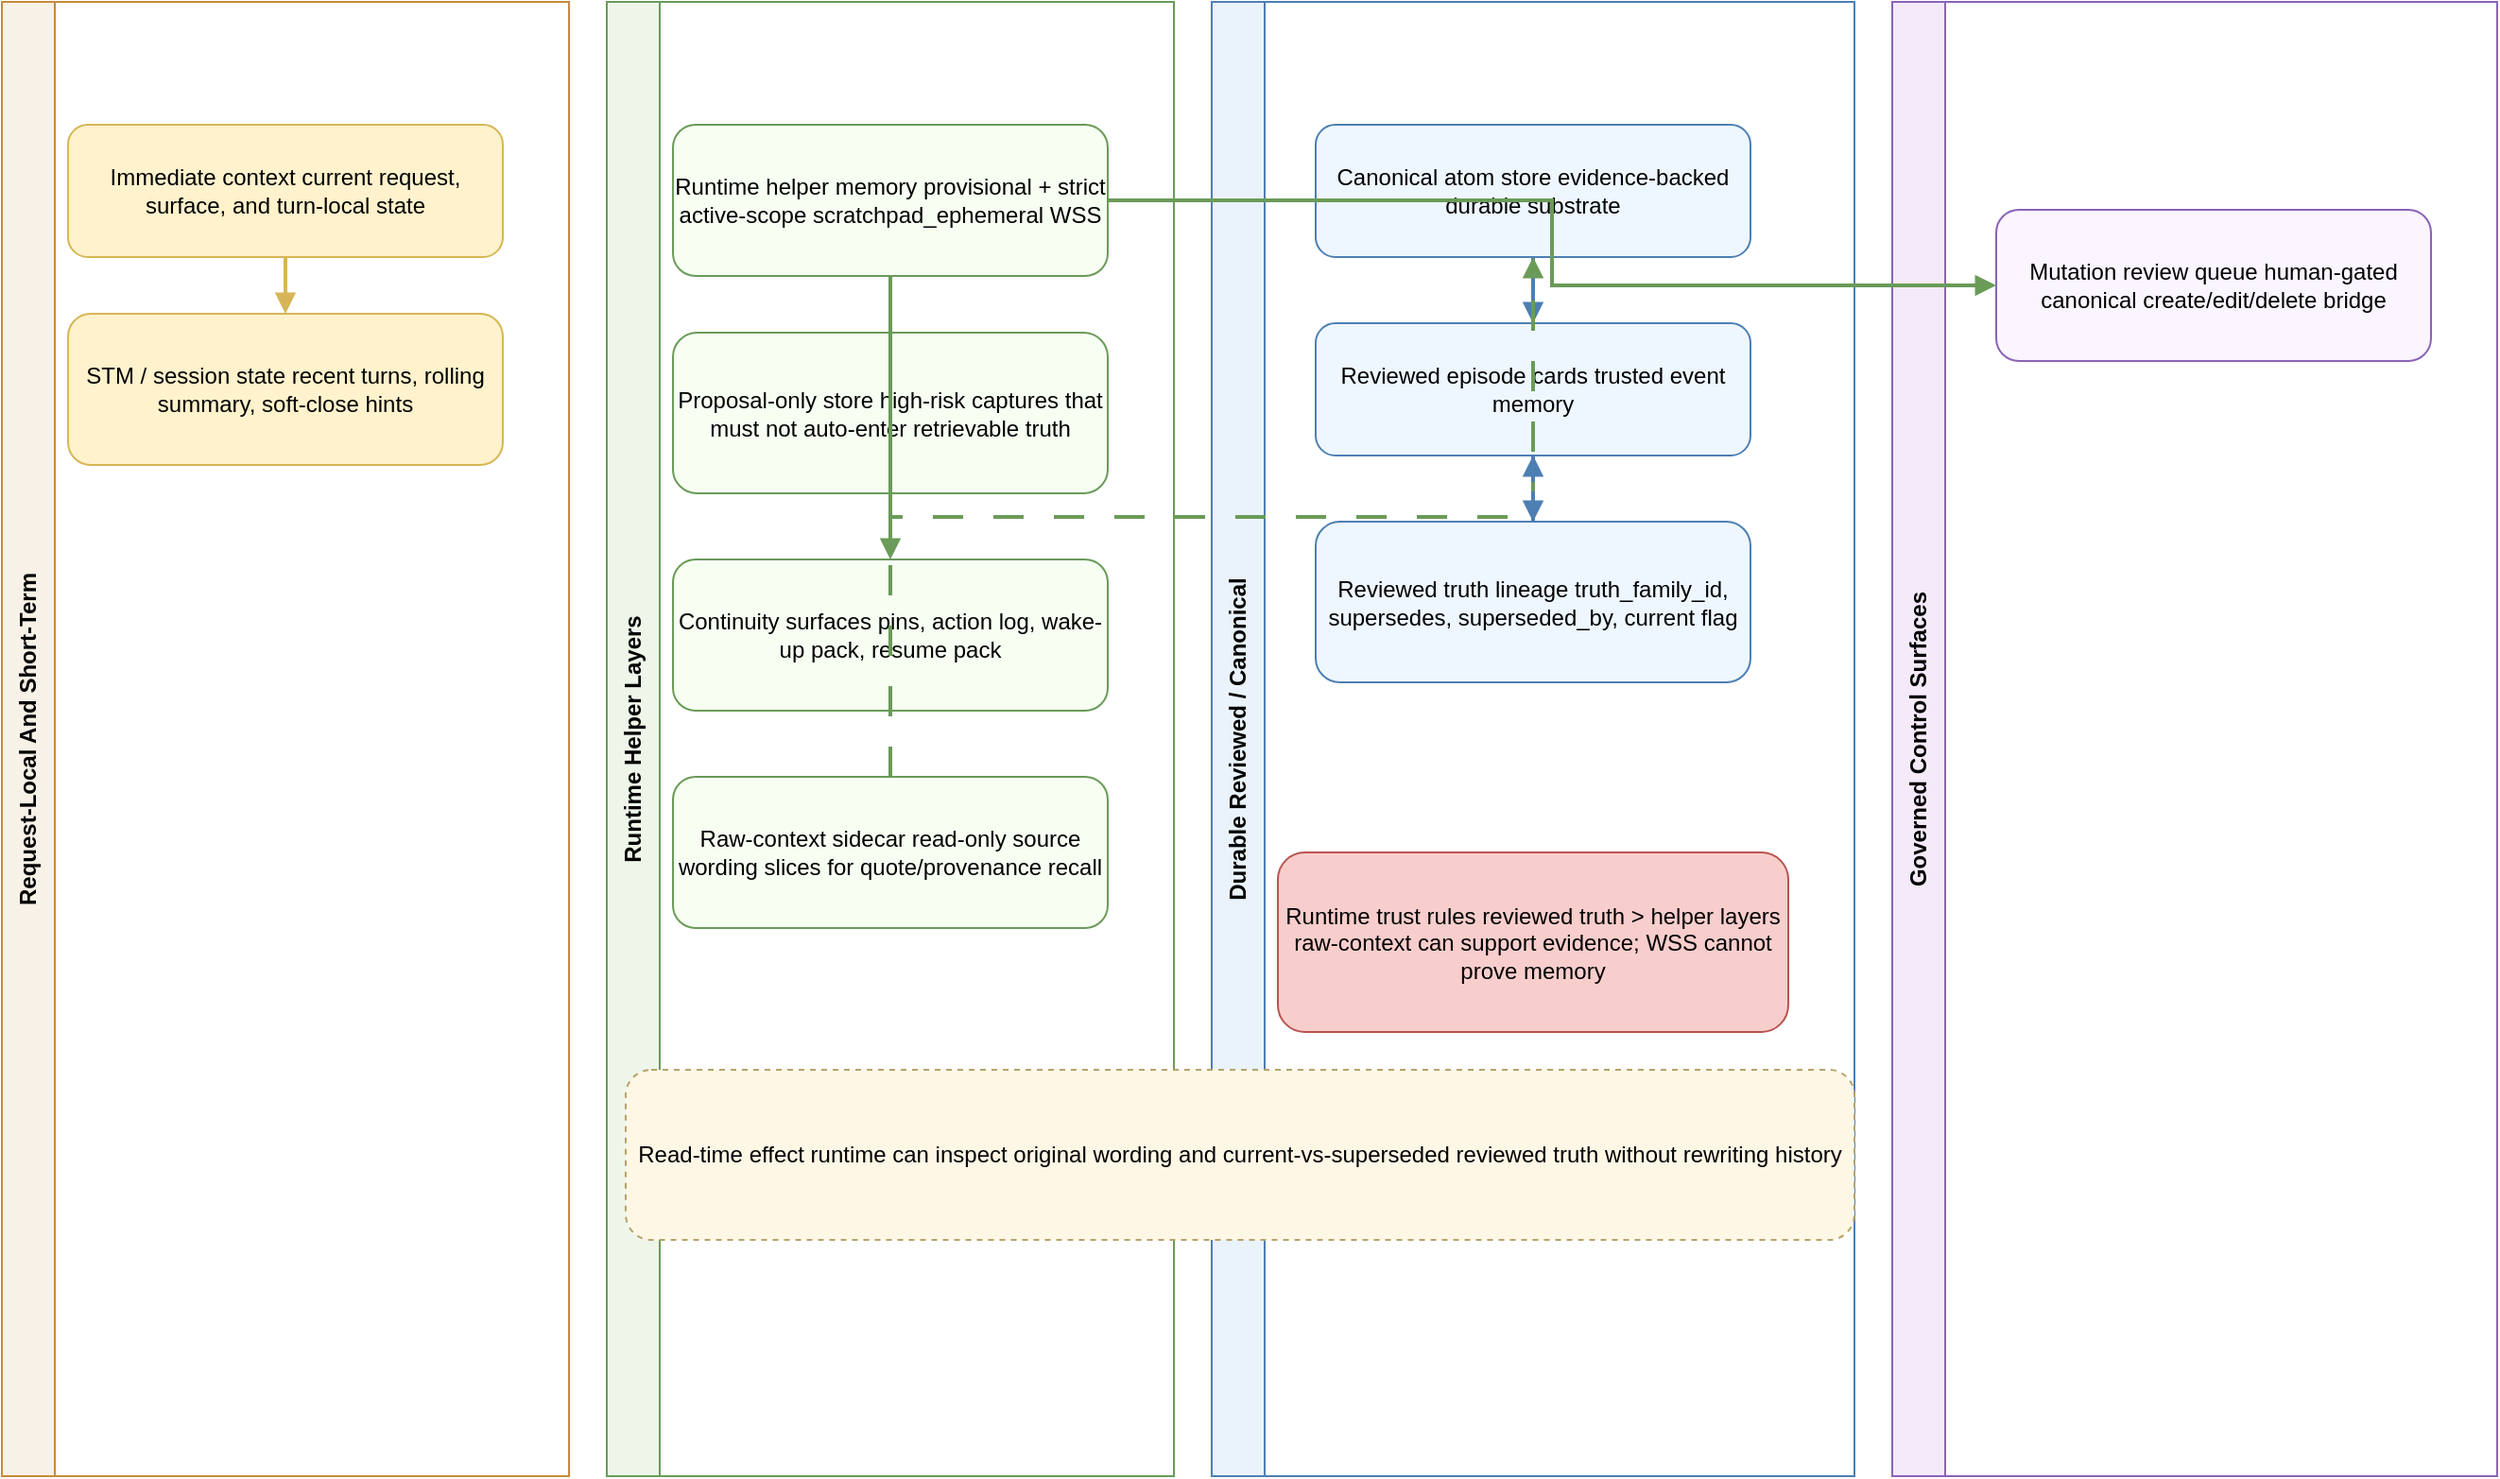
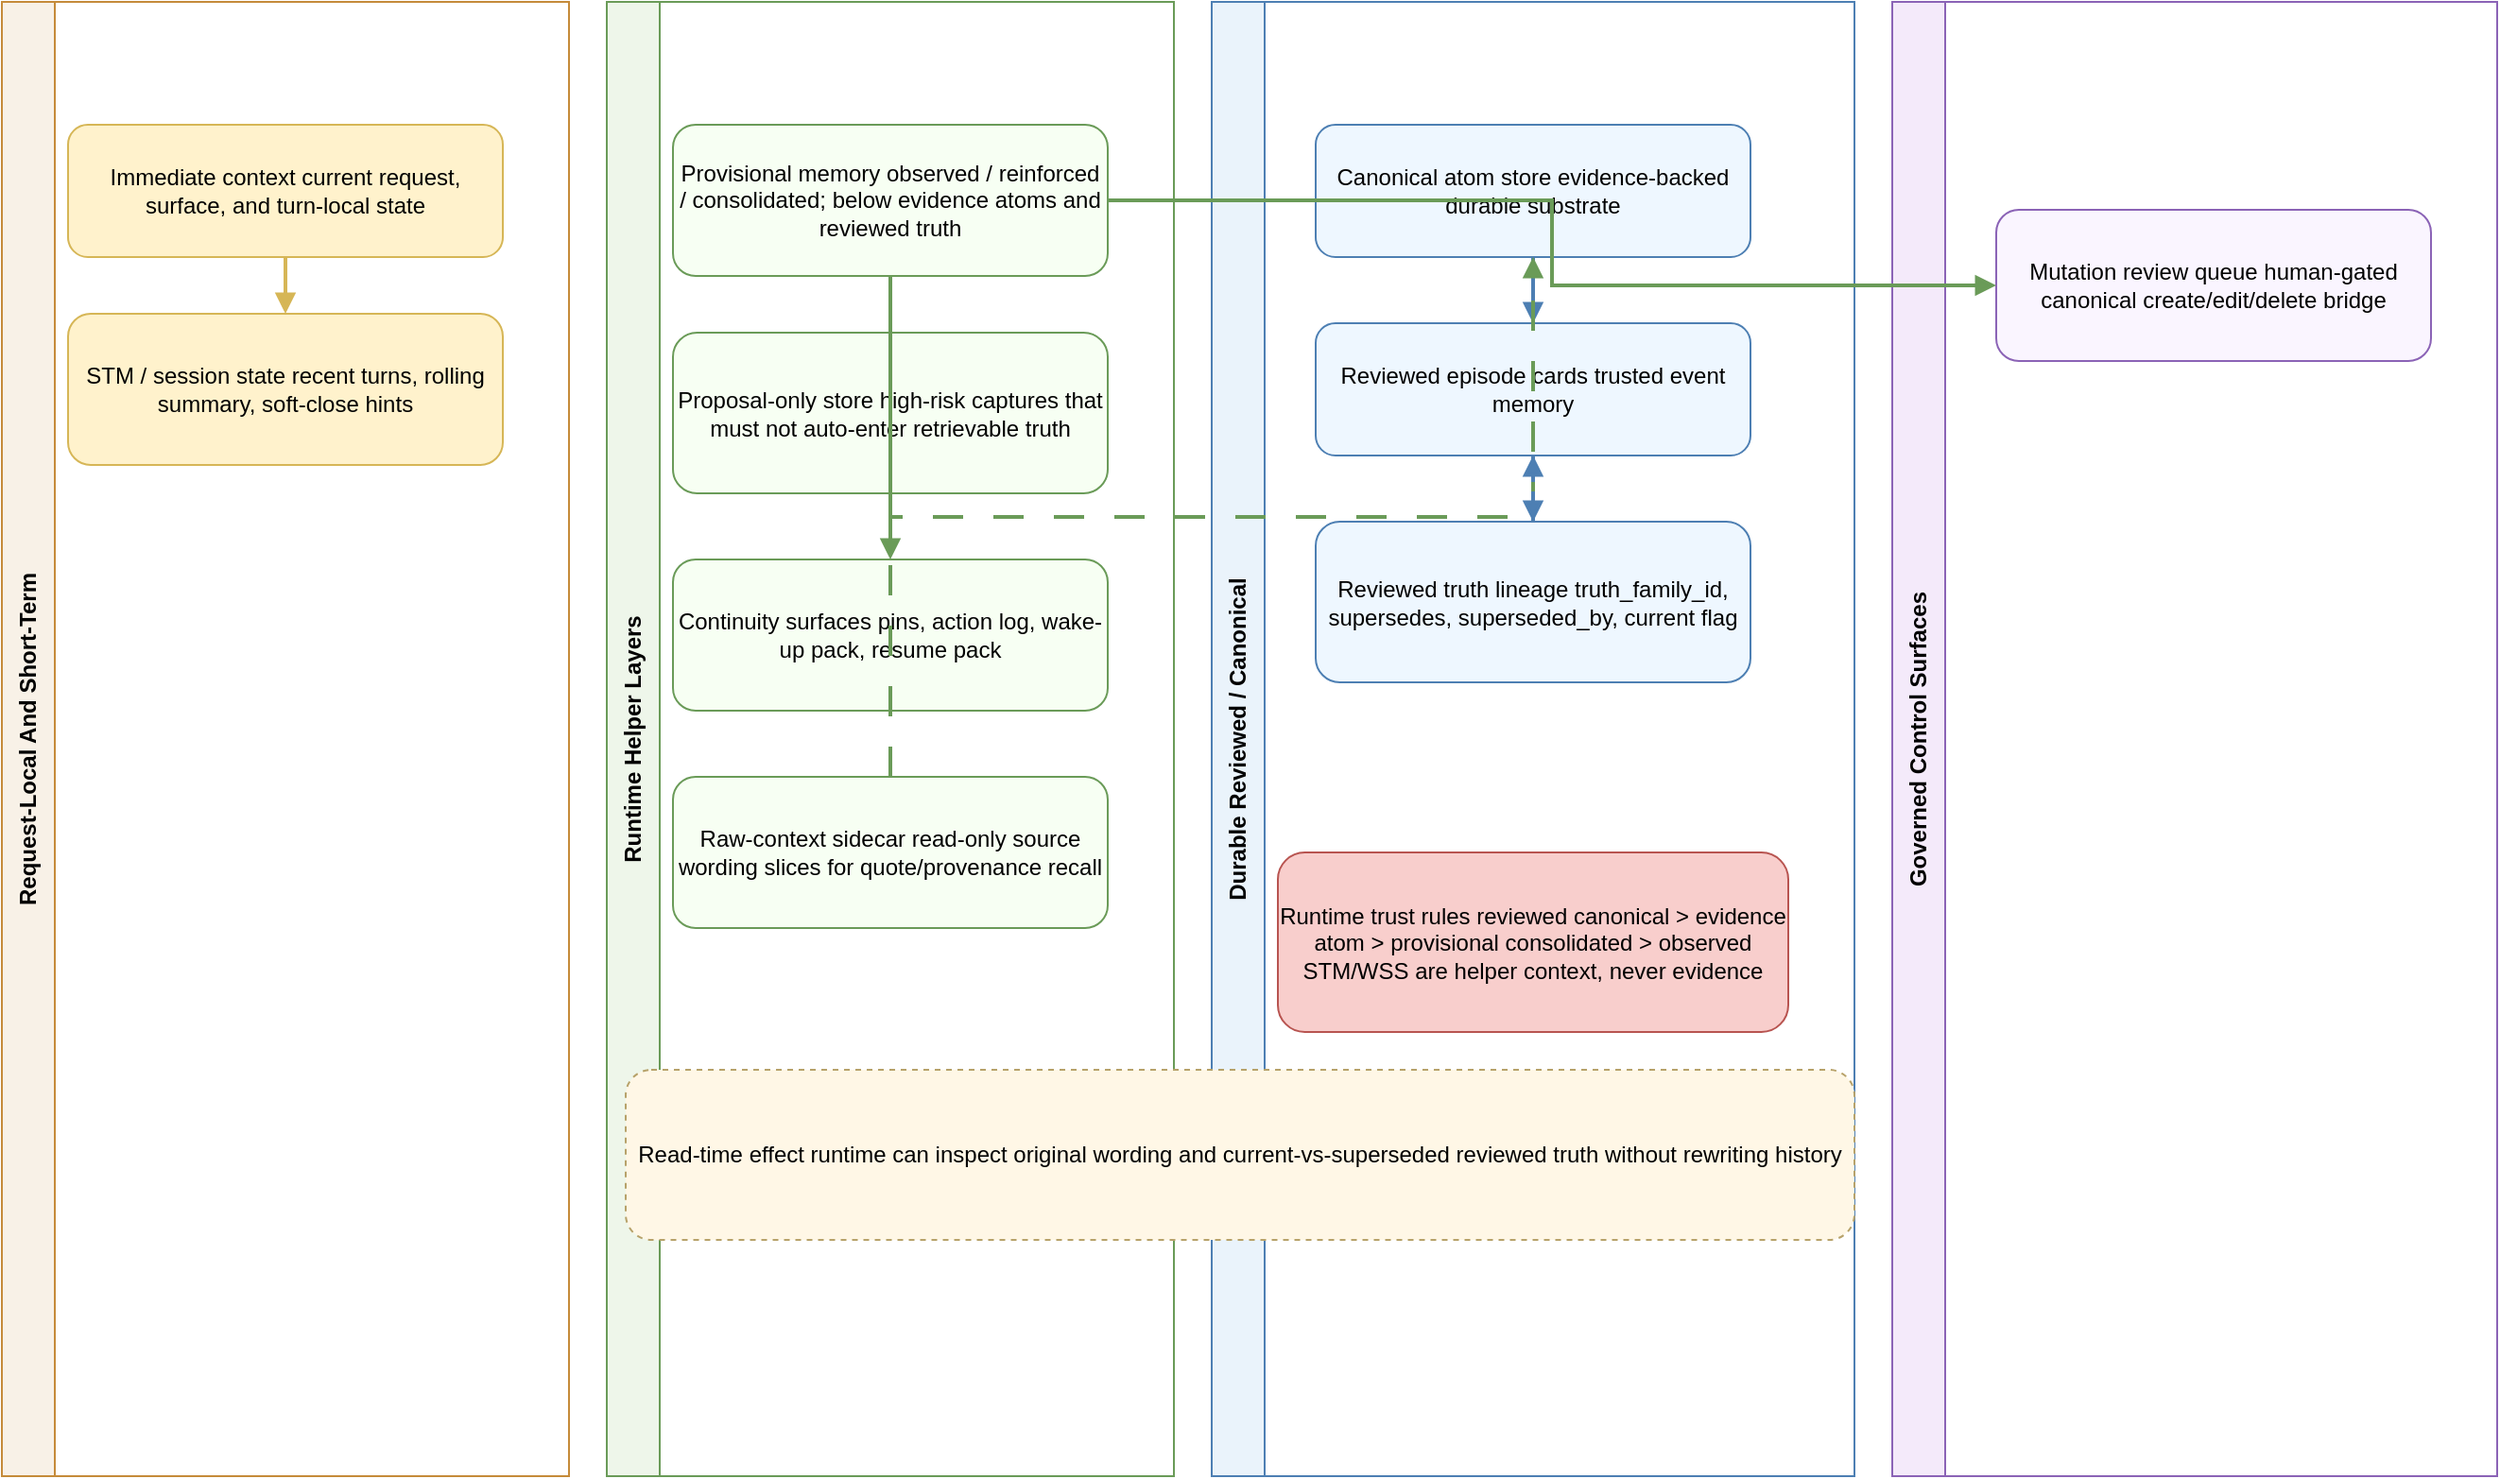
<mxfile host="app.diagrams.net" modified="2026-04-12T23:30:00.000Z" agent="Codex" version="24.7.17">
  <diagram id="current-runtime-memory" name="Engineering Runtime Memory Layers">
    <mxGraphModel dx="1650" dy="1000" grid="1" gridSize="10" guides="1" tooltips="1" connect="1" arrows="1" fold="1" page="1" pageScale="1" pageWidth="1600" pageHeight="980" math="0" shadow="0">
      <root>
        <mxCell id="0" />
        <mxCell id="1" parent="0" />
        <mxCell id="lane1" value="Request-Local And Short-Term" style="swimlane;whiteSpace=wrap;html=1;rounded=0;horizontal=0;startSize=28;fontStyle=1;fillColor=#f8f1e7;strokeColor=#c58b3a;" vertex="1" parent="1">
          <mxGeometry x="20" y="20" width="300" height="780" as="geometry" />
        </mxCell>
        <mxCell id="lane2" value="Runtime Helper Layers" style="swimlane;whiteSpace=wrap;html=1;rounded=0;horizontal=0;startSize=28;fontStyle=1;fillColor=#eef6ea;strokeColor=#6a9b58;" vertex="1" parent="1">
          <mxGeometry x="340" y="20" width="300" height="780" as="geometry" />
        </mxCell>
        <mxCell id="lane3" value="Durable Reviewed / Canonical" style="swimlane;whiteSpace=wrap;html=1;rounded=0;horizontal=0;startSize=28;fontStyle=1;fillColor=#eaf3fb;strokeColor=#4d7fb3;" vertex="1" parent="1">
          <mxGeometry x="660" y="20" width="340" height="780" as="geometry" />
        </mxCell>
        <mxCell id="lane4" value="Governed Control Surfaces" style="swimlane;whiteSpace=wrap;html=1;rounded=0;horizontal=0;startSize=28;fontStyle=1;fillColor=#f4eafa;strokeColor=#8b63b6;" vertex="1" parent="1">
          <mxGeometry x="1020" y="20" width="320" height="780" as="geometry" />
        </mxCell>
        <mxCell id="ra" value="Immediate context&amp;#10;current request, surface, and turn-local state" style="rounded=1;whiteSpace=wrap;html=1;fillColor=#fff2cc;strokeColor=#d6b656;" vertex="1" parent="1">
          <mxGeometry x="55" y="85" width="230" height="70" as="geometry" />
        </mxCell>
        <mxCell id="rb" value="STM / session state&amp;#10;recent turns, rolling summary, soft-close hints" style="rounded=1;whiteSpace=wrap;html=1;fillColor=#fff2cc;strokeColor=#d6b656;" vertex="1" parent="1">
          <mxGeometry x="55" y="185" width="230" height="80" as="geometry" />
        </mxCell>
-         <mxCell id="rc" value="Runtime helper memory&amp;#10;provisional + strict active-scope scratchpad_ephemeral WSS" style="rounded=1;whiteSpace=wrap;html=1;fillColor=#f7fff3;strokeColor=#6a9b58;" vertex="1" parent="1">
+         <mxCell id="rc" value="Provisional memory&amp;#10;observed / reinforced / consolidated; below evidence atoms and reviewed truth" style="rounded=1;whiteSpace=wrap;html=1;fillColor=#f7fff3;strokeColor=#6a9b58;" vertex="1" parent="1">
          <mxGeometry x="375" y="85" width="230" height="80" as="geometry" />
        </mxCell>
        <mxCell id="rd" value="Proposal-only store&amp;#10;high-risk captures that must not auto-enter retrievable truth" style="rounded=1;whiteSpace=wrap;html=1;fillColor=#f7fff3;strokeColor=#6a9b58;" vertex="1" parent="1">
          <mxGeometry x="375" y="195" width="230" height="85" as="geometry" />
        </mxCell>
        <mxCell id="re" value="Continuity surfaces&amp;#10;pins, action log, wake-up pack, resume pack" style="rounded=1;whiteSpace=wrap;html=1;fillColor=#f7fff3;strokeColor=#6a9b58;" vertex="1" parent="1">
          <mxGeometry x="375" y="315" width="230" height="80" as="geometry" />
        </mxCell>
        <mxCell id="rf" value="Raw-context sidecar&amp;#10;read-only source wording slices for quote/provenance recall" style="rounded=1;whiteSpace=wrap;html=1;fillColor=#f7fff3;strokeColor=#6a9b58;" vertex="1" parent="1">
          <mxGeometry x="375" y="430" width="230" height="80" as="geometry" />
        </mxCell>
        <mxCell id="rg" value="Canonical atom store&amp;#10;evidence-backed durable substrate" style="rounded=1;whiteSpace=wrap;html=1;fillColor=#eef7ff;strokeColor=#4d7fb3;" vertex="1" parent="1">
          <mxGeometry x="715" y="85" width="230" height="70" as="geometry" />
        </mxCell>
        <mxCell id="rh" value="Reviewed episode cards&amp;#10;trusted event memory" style="rounded=1;whiteSpace=wrap;html=1;fillColor=#eef7ff;strokeColor=#4d7fb3;" vertex="1" parent="1">
          <mxGeometry x="715" y="190" width="230" height="70" as="geometry" />
        </mxCell>
        <mxCell id="ri" value="Reviewed truth lineage&amp;#10;truth_family_id, supersedes, superseded_by, current flag" style="rounded=1;whiteSpace=wrap;html=1;fillColor=#eef7ff;strokeColor=#4d7fb3;" vertex="1" parent="1">
          <mxGeometry x="715" y="295" width="230" height="85" as="geometry" />
        </mxCell>
        <mxCell id="rj" value="Mutation review queue&amp;#10;human-gated canonical create/edit/delete bridge" style="rounded=1;whiteSpace=wrap;html=1;fillColor=#faf5ff;strokeColor=#8b63b6;" vertex="1" parent="1">
          <mxGeometry x="1075" y="130" width="230" height="80" as="geometry" />
        </mxCell>
-         <mxCell id="rk" value="Runtime trust rules&amp;#10;reviewed truth &amp;gt; helper layers&amp;#10;raw-context can support evidence; WSS cannot prove memory" style="rounded=1;whiteSpace=wrap;html=1;fillColor=#f8cecc;strokeColor=#b85450;" vertex="1" parent="1">
+         <mxCell id="rk" value="Runtime trust rules&amp;#10;reviewed canonical &amp;gt; evidence atom &amp;gt; provisional consolidated &amp;gt; observed&amp;#10;STM/WSS are helper context, never evidence" style="rounded=1;whiteSpace=wrap;html=1;fillColor=#f8cecc;strokeColor=#b85450;" vertex="1" parent="1">
          <mxGeometry x="695" y="470" width="270" height="95" as="geometry" />
        </mxCell>
        <mxCell id="rl" value="Read-time effect&amp;#10;runtime can inspect original wording and current-vs-superseded reviewed truth without rewriting history" style="rounded=1;whiteSpace=wrap;html=1;fillColor=#fff7e6;strokeColor=#b7a26a;dashed=1;fontStyle=0;" vertex="1" parent="1">
          <mxGeometry x="350" y="585" width="650" height="90" as="geometry" />
        </mxCell>
        <mxCell id="e2" edge="1" parent="1" source="ra" target="rb" style="edgeStyle=orthogonalEdgeStyle;orthogonalLoop=1;jettySize=auto;jumpStyle=arc;jumpSize=6;endArrow=block;endFill=1;html=1;rounded=0;strokeWidth=2;strokeColor=#d6b656;entryX=0.5;entryY=0;entryPerimeter=1;exitX=0.5;exitY=1;exitPerimeter=1;">
          <mxGeometry relative="1" as="geometry" />
        </mxCell>
        <mxCell id="e3" edge="1" parent="1" source="rc" target="re" style="edgeStyle=orthogonalEdgeStyle;orthogonalLoop=1;jettySize=auto;jumpStyle=arc;jumpSize=6;endArrow=block;endFill=1;html=1;rounded=0;strokeWidth=2;strokeColor=#6a9b58;entryX=0.5;entryY=0;entryPerimeter=1;exitX=0.5;exitY=1;exitPerimeter=1;">
          <mxGeometry relative="1" as="geometry" />
        </mxCell>
        <mxCell id="e4" edge="1" parent="1" source="rg" target="rh" style="edgeStyle=orthogonalEdgeStyle;orthogonalLoop=1;jettySize=auto;jumpStyle=arc;jumpSize=6;endArrow=block;endFill=1;html=1;rounded=0;strokeWidth=2;strokeColor=#4d7fb3;entryX=0.5;entryY=0;entryPerimeter=1;exitX=0.5;exitY=1;exitPerimeter=1;">
          <mxGeometry relative="1" as="geometry" />
        </mxCell>
        <mxCell id="e5" edge="1" parent="1" source="rh" target="ri" style="edgeStyle=orthogonalEdgeStyle;orthogonalLoop=1;jettySize=auto;jumpStyle=arc;jumpSize=6;endArrow=block;endFill=1;html=1;rounded=0;strokeWidth=2;strokeColor=#4d7fb3;entryX=0.5;entryY=0;entryPerimeter=1;exitX=0.5;exitY=1;exitPerimeter=1;">
          <mxGeometry relative="1" as="geometry" />
        </mxCell>
        <mxCell id="e6" edge="1" parent="1" source="rc" target="rj" style="edgeStyle=orthogonalEdgeStyle;orthogonalLoop=1;jettySize=auto;jumpStyle=arc;jumpSize=6;endArrow=block;endFill=1;html=1;rounded=0;strokeWidth=2;strokeColor=#6a9b58;entryX=0;entryY=0.5;entryPerimeter=1;exitX=1;exitY=0.5;exitPerimeter=1;">
          <mxGeometry relative="1" as="geometry" />
        </mxCell>
        <mxCell id="e7" edge="1" parent="1" source="rf" target="rg" style="edgeStyle=orthogonalEdgeStyle;orthogonalLoop=1;jettySize=auto;jumpStyle=arc;jumpSize=6;endArrow=block;endFill=1;html=1;rounded=0;strokeWidth=2;strokeColor=#6a9b58;dashed=1;dashPattern=8 8;entryX=0.5;entryY=1;entryPerimeter=1;exitX=0.5;exitY=0;exitPerimeter=1;">
          <mxGeometry relative="1" as="geometry" />
        </mxCell>
        <mxCell id="e8" edge="1" parent="1" source="ri" target="rh" style="edgeStyle=orthogonalEdgeStyle;orthogonalLoop=1;jettySize=auto;jumpStyle=arc;jumpSize=6;endArrow=block;endFill=1;html=1;rounded=0;strokeWidth=2;strokeColor=#4d7fb3;dashed=1;dashPattern=8 8;entryX=0.5;entryY=1;entryPerimeter=1;exitX=0.5;exitY=0;exitPerimeter=1;">
          <mxGeometry relative="1" as="geometry" />
        </mxCell>
      </root>
    </mxGraphModel>
  </diagram>
  <diagram id="current-runtime-decision" name="Engineering Runtime Decision And Evidence Flow">
    <mxGraphModel dx="1850" dy="1150" grid="1" gridSize="10" guides="1" tooltips="1" connect="1" arrows="1" fold="1" page="1" pageScale="1" pageWidth="1800" pageHeight="1100" math="0" shadow="0">
      <root>
        <mxCell id="0" />
        <mxCell id="1" parent="0" />
        <mxCell id="lane1" value="Entry And Routing" style="swimlane;whiteSpace=wrap;html=1;rounded=0;horizontal=0;startSize=28;fontStyle=1;fillColor=#f8f1e7;strokeColor=#c58b3a;" vertex="1" parent="1">
          <mxGeometry x="20" y="20" width="290" height="860" as="geometry" />
        </mxCell>
        <mxCell id="lane2" value="Retrieval And Assembly" style="swimlane;whiteSpace=wrap;html=1;rounded=0;horizontal=0;startSize=28;fontStyle=1;fillColor=#eef6ea;strokeColor=#6a9b58;" vertex="1" parent="1">
          <mxGeometry x="330" y="20" width="420" height="860" as="geometry" />
        </mxCell>
        <mxCell id="lane3" value="Evidence, Verification, Response" style="swimlane;whiteSpace=wrap;html=1;rounded=0;horizontal=0;startSize=28;fontStyle=1;fillColor=#eaf3fb;strokeColor=#4d7fb3;" vertex="1" parent="1">
          <mxGeometry x="770" y="20" width="420" height="860" as="geometry" />
        </mxCell>
        <mxCell id="lane4" value="Writeback And Governance" style="swimlane;whiteSpace=wrap;html=1;rounded=0;horizontal=0;startSize=28;fontStyle=1;fillColor=#f4eafa;strokeColor=#8b63b6;" vertex="1" parent="1">
          <mxGeometry x="1210" y="20" width="330" height="860" as="geometry" />
        </mxCell>
        <mxCell id="d1" value="Incoming turn&amp;#10;desktop / integration-v1 / MCP / adapter / local chat" style="rounded=1;whiteSpace=wrap;html=1;fillColor=#fff2cc;strokeColor=#d6b656;" vertex="1" parent="1">
          <mxGeometry x="55" y="90" width="220" height="70" as="geometry" />
        </mxCell>
        <mxCell id="d2" value="Runtime router + query shaping&amp;#10;none / stm_only / ltm_light / ltm_deep / hybrid" style="rounded=1;whiteSpace=wrap;html=1;fillColor=#fff2cc;strokeColor=#d6b656;" vertex="1" parent="1">
          <mxGeometry x="55" y="195" width="220" height="80" as="geometry" />
        </mxCell>
        <mxCell id="d3" value="STM retrieval&amp;#10;short-thread overlap and summary fit" style="rounded=1;whiteSpace=wrap;html=1;fillColor=#d5e8d4;strokeColor=#82b366;" vertex="1" parent="1">
          <mxGeometry x="365" y="80" width="250" height="70" as="geometry" />
        </mxCell>
        <mxCell id="d4" value="LTM retrieval&amp;#10;atoms + reviewed cards + retrieval helper layers" style="rounded=1;whiteSpace=wrap;html=1;fillColor=#d5e8d4;strokeColor=#82b366;" vertex="1" parent="1">
          <mxGeometry x="365" y="180" width="250" height="70" as="geometry" />
        </mxCell>
        <mxCell id="d5" value="ANN candidate helper&amp;#10;bounded additive shortlist assist only" style="rounded=1;whiteSpace=wrap;html=1;fillColor=#d5e8d4;strokeColor=#82b366;" vertex="1" parent="1">
          <mxGeometry x="365" y="280" width="250" height="70" as="geometry" />
        </mxCell>
        <mxCell id="d6" value="Lineage-aware reviewed resolution&amp;#10;current reviewed truth outranks older superseded reviewed cards" style="rounded=1;whiteSpace=wrap;html=1;fillColor=#d5e8d4;strokeColor=#82b366;" vertex="1" parent="1">
          <mxGeometry x="365" y="380" width="250" height="85" as="geometry" />
        </mxCell>
        <mxCell id="d7" value="Fusion + guarded shortlist&amp;#10;shared-rule ranking, support, and tie-breaks" style="rounded=1;whiteSpace=wrap;html=1;fillColor=#d5e8d4;strokeColor=#82b366;" vertex="1" parent="1">
          <mxGeometry x="365" y="495" width="250" height="75" as="geometry" />
        </mxCell>
        <mxCell id="d8" value="Context package assembly&amp;#10;bounded evidence + WSS only when strict active scope is present" style="rounded=1;whiteSpace=wrap;html=1;fillColor=#dae8fc;strokeColor=#6c8ebf;" vertex="1" parent="1">
          <mxGeometry x="815" y="110" width="280" height="80" as="geometry" />
        </mxCell>
        <mxCell id="d9" value="Raw-context quote / provenance expansion&amp;#10;only for explicit wording or source-context requests" style="rounded=1;whiteSpace=wrap;html=1;fillColor=#dae8fc;strokeColor=#6c8ebf;" vertex="1" parent="1">
          <mxGeometry x="815" y="225" width="280" height="80" as="geometry" />
        </mxCell>
        <mxCell id="d10" value="Verifier and answer path&amp;#10;PASS / ABSTAIN / CLARIFY / NO_MEMORY" style="rounded=1;whiteSpace=wrap;html=1;fillColor=#dae8fc;strokeColor=#6c8ebf;" vertex="1" parent="1">
          <mxGeometry x="815" y="340" width="280" height="80" as="geometry" />
        </mxCell>
        <mxCell id="d11" value="Final output surface&amp;#10;answer text + memory cards + citations + why data" style="rounded=1;whiteSpace=wrap;html=1;fillColor=#dae8fc;strokeColor=#6c8ebf;" vertex="1" parent="1">
          <mxGeometry x="815" y="455" width="280" height="80" as="geometry" />
        </mxCell>
-         <mxCell id="d12" value="Post-turn capture&amp;#10;STM update + low-risk provisional capture" style="rounded=1;whiteSpace=wrap;html=1;fillColor=#faf5ff;strokeColor=#8b63b6;" vertex="1" parent="1">
+         <mxCell id="d12" value="Post-turn memory.observe&amp;#10;signed source registration + retrieval receipt; low-risk provisional capture" style="rounded=1;whiteSpace=wrap;html=1;fillColor=#faf5ff;strokeColor=#8b63b6;" vertex="1" parent="1">
          <mxGeometry x="1255" y="120" width="240" height="75" as="geometry" />
        </mxCell>
-         <mxCell id="d13" value="Proposal-only writeback&amp;#10;high-risk memory stays gated" style="rounded=1;whiteSpace=wrap;html=1;fillColor=#faf5ff;strokeColor=#8b63b6;" vertex="1" parent="1">
+         <mxCell id="d13" value="User ‘remember this’&amp;#10;writeback.propose; never raw import or silent publication" style="rounded=1;whiteSpace=wrap;html=1;fillColor=#faf5ff;strokeColor=#8b63b6;" vertex="1" parent="1">
          <mxGeometry x="1255" y="230" width="240" height="75" as="geometry" />
        </mxCell>
-         <mxCell id="d14" value="Human review / resolve&amp;#10;durable truth changes still require explicit review" style="rounded=1;whiteSpace=wrap;html=1;fillColor=#faf5ff;strokeColor=#8b63b6;" vertex="1" parent="1">
+         <mxCell id="d14" value="Human review_apply resolve&amp;#10;apply creates human_reviewed=false evidence atom; publish still makes canonical truth" style="rounded=1;whiteSpace=wrap;html=1;fillColor=#faf5ff;strokeColor=#8b63b6;" vertex="1" parent="1">
          <mxGeometry x="1255" y="340" width="240" height="80" as="geometry" />
        </mxCell>
-         <mxCell id="d15" value="Key rule&amp;#10;retrieval success does not equal truth authority; scratchpad_ephemeral WSS cannot replace reviewed truth" style="rounded=1;whiteSpace=wrap;html=1;fillColor=#f8cecc;strokeColor=#b85450;" vertex="1" parent="1">
+         <mxCell id="d15" value="Key rule&amp;#10;retrieval/replay/summary is not independent support; scratchpad_ephemeral WSS cannot replace evidence or reviewed truth" style="rounded=1;whiteSpace=wrap;html=1;fillColor=#f8cecc;strokeColor=#b85450;" vertex="1" parent="1">
          <mxGeometry x="800" y="590" width="310" height="95" as="geometry" />
        </mxCell>
        <mxCell id="e2" edge="1" parent="1" source="d1" target="d2" style="edgeStyle=orthogonalEdgeStyle;orthogonalLoop=1;jettySize=auto;jumpStyle=arc;jumpSize=6;endArrow=block;endFill=1;html=1;rounded=0;strokeWidth=2;strokeColor=#d6b656;entryX=0.5;entryY=0;entryPerimeter=1;exitX=0.5;exitY=1;exitPerimeter=1;">
          <mxGeometry relative="1" as="geometry" />
        </mxCell>
        <mxCell id="e3" edge="1" parent="1" source="d2" target="d3" style="edgeStyle=orthogonalEdgeStyle;orthogonalLoop=1;jettySize=auto;jumpStyle=arc;jumpSize=6;endArrow=block;endFill=1;html=1;rounded=0;strokeWidth=2;strokeColor=#d6b656;entryX=0;entryY=0.5;entryPerimeter=1;exitX=1;exitY=0.5;exitPerimeter=1;">
          <mxGeometry relative="1" as="geometry" />
        </mxCell>
        <mxCell id="e4" edge="1" parent="1" source="d2" target="d4" style="edgeStyle=orthogonalEdgeStyle;orthogonalLoop=1;jettySize=auto;jumpStyle=arc;jumpSize=6;endArrow=block;endFill=1;html=1;rounded=0;strokeWidth=2;strokeColor=#d6b656;entryX=0;entryY=0.5;entryPerimeter=1;exitX=1;exitY=0.5;exitPerimeter=1;">
          <mxGeometry relative="1" as="geometry" />
        </mxCell>
        <mxCell id="e5" edge="1" parent="1" source="d4" target="d5" style="edgeStyle=orthogonalEdgeStyle;orthogonalLoop=1;jettySize=auto;jumpStyle=arc;jumpSize=6;endArrow=block;endFill=1;html=1;rounded=0;strokeWidth=2;strokeColor=#82b366;entryX=0.5;entryY=0;entryPerimeter=1;exitX=0.5;exitY=1;exitPerimeter=1;">
          <mxGeometry relative="1" as="geometry" />
        </mxCell>
        <mxCell id="e6" edge="1" parent="1" source="d4" target="d6" style="edgeStyle=orthogonalEdgeStyle;orthogonalLoop=1;jettySize=auto;jumpStyle=arc;jumpSize=6;endArrow=block;endFill=1;html=1;rounded=0;strokeWidth=2;strokeColor=#82b366;entryX=0.5;entryY=0;entryPerimeter=1;exitX=0.5;exitY=1;exitPerimeter=1;">
          <mxGeometry relative="1" as="geometry" />
        </mxCell>
        <mxCell id="e7" edge="1" parent="1" source="d3" target="d7" style="edgeStyle=orthogonalEdgeStyle;orthogonalLoop=1;jettySize=auto;jumpStyle=arc;jumpSize=6;endArrow=block;endFill=1;html=1;rounded=0;strokeWidth=2;strokeColor=#82b366;entryX=0.5;entryY=0;entryPerimeter=1;exitX=0.5;exitY=1;exitPerimeter=1;">
          <mxGeometry relative="1" as="geometry" />
        </mxCell>
        <mxCell id="e8" edge="1" parent="1" source="d5" target="d7" style="edgeStyle=orthogonalEdgeStyle;orthogonalLoop=1;jettySize=auto;jumpStyle=arc;jumpSize=6;endArrow=block;endFill=1;html=1;rounded=0;strokeWidth=2;strokeColor=#82b366;entryX=0.5;entryY=0;entryPerimeter=1;exitX=0.5;exitY=1;exitPerimeter=1;">
          <mxGeometry relative="1" as="geometry" />
        </mxCell>
        <mxCell id="e9" edge="1" parent="1" source="d6" target="d7" style="edgeStyle=orthogonalEdgeStyle;orthogonalLoop=1;jettySize=auto;jumpStyle=arc;jumpSize=6;endArrow=block;endFill=1;html=1;rounded=0;strokeWidth=2;strokeColor=#82b366;entryX=0.5;entryY=0;entryPerimeter=1;exitX=0.5;exitY=1;exitPerimeter=1;">
          <mxGeometry relative="1" as="geometry" />
        </mxCell>
        <mxCell id="e10" edge="1" parent="1" source="d7" target="d8" style="edgeStyle=orthogonalEdgeStyle;orthogonalLoop=1;jettySize=auto;jumpStyle=arc;jumpSize=6;endArrow=block;endFill=1;html=1;rounded=0;strokeWidth=2;strokeColor=#82b366;entryX=0;entryY=0.5;entryPerimeter=1;exitX=1;exitY=0.5;exitPerimeter=1;">
          <mxGeometry relative="1" as="geometry" />
        </mxCell>
        <mxCell id="e11" edge="1" parent="1" source="d8" target="d9" style="edgeStyle=orthogonalEdgeStyle;orthogonalLoop=1;jettySize=auto;jumpStyle=arc;jumpSize=6;endArrow=block;endFill=1;html=1;rounded=0;strokeWidth=2;strokeColor=#6c8ebf;entryX=0.5;entryY=0;entryPerimeter=1;exitX=0.5;exitY=1;exitPerimeter=1;">
          <mxGeometry relative="1" as="geometry" />
        </mxCell>
        <mxCell id="e12" edge="1" parent="1" source="d8" target="d10" style="edgeStyle=orthogonalEdgeStyle;orthogonalLoop=1;jettySize=auto;jumpStyle=arc;jumpSize=6;endArrow=block;endFill=1;html=1;rounded=0;strokeWidth=2;strokeColor=#6c8ebf;entryX=0.5;entryY=0;entryPerimeter=1;exitX=0.5;exitY=1;exitPerimeter=1;">
          <mxGeometry relative="1" as="geometry" />
        </mxCell>
        <mxCell id="e13" edge="1" parent="1" source="d9" target="d10" style="edgeStyle=orthogonalEdgeStyle;orthogonalLoop=1;jettySize=auto;jumpStyle=arc;jumpSize=6;endArrow=block;endFill=1;html=1;rounded=0;strokeWidth=2;strokeColor=#6c8ebf;entryX=0.5;entryY=0;entryPerimeter=1;exitX=0.5;exitY=1;exitPerimeter=1;">
          <mxGeometry relative="1" as="geometry" />
        </mxCell>
        <mxCell id="e14" edge="1" parent="1" source="d10" target="d11" style="edgeStyle=orthogonalEdgeStyle;orthogonalLoop=1;jettySize=auto;jumpStyle=arc;jumpSize=6;endArrow=block;endFill=1;html=1;rounded=0;strokeWidth=2;strokeColor=#6c8ebf;entryX=0.5;entryY=0;entryPerimeter=1;exitX=0.5;exitY=1;exitPerimeter=1;">
          <mxGeometry relative="1" as="geometry" />
        </mxCell>
        <mxCell id="e15" edge="1" parent="1" source="d11" target="d12" style="edgeStyle=orthogonalEdgeStyle;orthogonalLoop=1;jettySize=auto;jumpStyle=arc;jumpSize=6;endArrow=block;endFill=1;html=1;rounded=0;strokeWidth=2;strokeColor=#6c8ebf;entryX=0;entryY=0.5;entryPerimeter=1;exitX=1;exitY=0.5;exitPerimeter=1;">
          <mxGeometry relative="1" as="geometry" />
        </mxCell>
        <mxCell id="e16" edge="1" parent="1" source="d11" target="d13" style="edgeStyle=orthogonalEdgeStyle;orthogonalLoop=1;jettySize=auto;jumpStyle=arc;jumpSize=6;endArrow=block;endFill=1;html=1;rounded=0;strokeWidth=2;strokeColor=#6c8ebf;entryX=0;entryY=0.5;entryPerimeter=1;exitX=1;exitY=0.5;exitPerimeter=1;">
          <mxGeometry relative="1" as="geometry" />
        </mxCell>
        <mxCell id="e17" edge="1" parent="1" source="d13" target="d14" style="edgeStyle=orthogonalEdgeStyle;orthogonalLoop=1;jettySize=auto;jumpStyle=arc;jumpSize=6;endArrow=block;endFill=1;html=1;rounded=0;strokeWidth=2;strokeColor=#8b63b6;entryX=0.5;entryY=0;entryPerimeter=1;exitX=0.5;exitY=1;exitPerimeter=1;">
          <mxGeometry relative="1" as="geometry" />
        </mxCell>
      </root>
    </mxGraphModel>
  </diagram>
  <diagram id="current-runtime-caveman" name="Caveman Runtime Memory And Decision">
    <mxGraphModel dx="1500" dy="950" grid="1" gridSize="10" guides="1" tooltips="1" connect="1" arrows="1" fold="1" page="1" pageScale="1" pageWidth="1500" pageHeight="940" math="0" shadow="0">
      <root>
        <mxCell id="0" />
        <mxCell id="1" parent="0" />
        <mxCell id="v1" value="1. Someone asks MNO for memory help." style="rounded=1;whiteSpace=wrap;html=1;fillColor=#fff2cc;strokeColor=#d6b656;" vertex="1" parent="1">
          <mxGeometry x="70" y="90" width="240" height="70" as="geometry" />
        </mxCell>
        <mxCell id="v2" value="2. MNO checks the short-term chat stuff first.&amp;#10;STM = short-term memory for this session." style="rounded=1;whiteSpace=wrap;html=1;fillColor=#fff2cc;strokeColor=#d6b656;" vertex="1" parent="1">
          <mxGeometry x="360" y="90" width="260" height="80" as="geometry" />
        </mxCell>
-         <mxCell id="v3" value="3. MNO checks trusted memory and evidence.&amp;#10;That means reviewed cards and atoms." style="rounded=1;whiteSpace=wrap;html=1;fillColor=#d5e8d4;strokeColor=#82b366;" vertex="1" parent="1">
+         <mxCell id="v3" value="3. MNO checks truth, evidence, then helper notes.&amp;#10;Reviewed truth wins. A scratchpad cannot prove anything." style="rounded=1;whiteSpace=wrap;html=1;fillColor=#d5e8d4;strokeColor=#82b366;" vertex="1" parent="1">
          <mxGeometry x="680" y="90" width="280" height="80" as="geometry" />
        </mxCell>
        <mxCell id="v4" value="4. ANN helps find nearby candidates.&amp;#10;ANN = approximate nearest neighbor." style="rounded=1;whiteSpace=wrap;html=1;fillColor=#d5e8d4;strokeColor=#82b366;" vertex="1" parent="1">
          <mxGeometry x="1020" y="90" width="260" height="80" as="geometry" />
        </mxCell>
        <mxCell id="v5" value="5. If you ask for exact wording, MNO can open the wording receipt lane." style="rounded=1;whiteSpace=wrap;html=1;fillColor=#dae8fc;strokeColor=#6c8ebf;" vertex="1" parent="1">
          <mxGeometry x="120" y="280" width="300" height="90" as="geometry" />
        </mxCell>
        <mxCell id="v6" value="6. If old and corrected reviewed cards exist, MNO prefers the current reviewed one." style="rounded=1;whiteSpace=wrap;html=1;fillColor=#dae8fc;strokeColor=#6c8ebf;" vertex="1" parent="1">
          <mxGeometry x="470" y="280" width="320" height="90" as="geometry" />
        </mxCell>
        <mxCell id="v7" value="7. MNO builds a bounded evidence bundle, not a giant raw dump." style="rounded=1;whiteSpace=wrap;html=1;fillColor=#dae8fc;strokeColor=#6c8ebf;" vertex="1" parent="1">
          <mxGeometry x="850" y="280" width="300" height="80" as="geometry" />
        </mxCell>
        <mxCell id="v8" value="8. MNO answers, abstains, or asks you to clarify." style="rounded=1;whiteSpace=wrap;html=1;fillColor=#dae8fc;strokeColor=#6c8ebf;" vertex="1" parent="1">
          <mxGeometry x="285" y="470" width="280" height="80" as="geometry" />
        </mxCell>
        <mxCell id="v9" value="9. New risky memory still goes to proposal/review, not straight to truth." style="rounded=1;whiteSpace=wrap;html=1;fillColor=#fce5f1;strokeColor=#b8549e;" vertex="1" parent="1">
          <mxGeometry x="655" y="470" width="340" height="90" as="geometry" />
        </mxCell>
        <mxCell id="v10" value="Words to know&amp;#10;MCP = Model Context Protocol&amp;#10;ANN = approximate nearest neighbor&amp;#10;STM = short-term memory&amp;#10;WSS = work-session scratchpad" style="rounded=1;whiteSpace=wrap;html=1;fillColor=#e1d5e7;strokeColor=#9673a6;" vertex="1" parent="1">
          <mxGeometry x="490" y="630" width="320" height="100" as="geometry" />
        </mxCell>
        <mxCell id="e2" edge="1" parent="1" source="v1" target="v2" style="edgeStyle=orthogonalEdgeStyle;orthogonalLoop=1;jettySize=auto;jumpStyle=arc;jumpSize=6;endArrow=block;endFill=1;html=1;rounded=0;strokeWidth=2;strokeColor=#d6b656;entryX=0;entryY=0.5;entryPerimeter=1;exitX=1;exitY=0.5;exitPerimeter=1;">
          <mxGeometry relative="1" as="geometry" />
        </mxCell>
        <mxCell id="e3" edge="1" parent="1" source="v2" target="v3" style="edgeStyle=orthogonalEdgeStyle;orthogonalLoop=1;jettySize=auto;jumpStyle=arc;jumpSize=6;endArrow=block;endFill=1;html=1;rounded=0;strokeWidth=2;strokeColor=#d6b656;entryX=0;entryY=0.5;entryPerimeter=1;exitX=1;exitY=0.5;exitPerimeter=1;">
          <mxGeometry relative="1" as="geometry" />
        </mxCell>
        <mxCell id="e4" edge="1" parent="1" source="v3" target="v4" style="edgeStyle=orthogonalEdgeStyle;orthogonalLoop=1;jettySize=auto;jumpStyle=arc;jumpSize=6;endArrow=block;endFill=1;html=1;rounded=0;strokeWidth=2;strokeColor=#82b366;entryX=0;entryY=0.5;entryPerimeter=1;exitX=1;exitY=0.5;exitPerimeter=1;">
          <mxGeometry relative="1" as="geometry" />
        </mxCell>
        <mxCell id="e5" edge="1" parent="1" source="v4" target="v5" style="edgeStyle=orthogonalEdgeStyle;orthogonalLoop=1;jettySize=auto;jumpStyle=arc;jumpSize=6;endArrow=block;endFill=1;html=1;rounded=0;strokeWidth=2;strokeColor=#82b366;entryX=1;entryY=0.5;entryPerimeter=1;exitX=0;exitY=0.5;exitPerimeter=1;">
          <mxGeometry relative="1" as="geometry" />
        </mxCell>
        <mxCell id="e6" edge="1" parent="1" source="v4" target="v6" style="edgeStyle=orthogonalEdgeStyle;orthogonalLoop=1;jettySize=auto;jumpStyle=arc;jumpSize=6;endArrow=block;endFill=1;html=1;rounded=0;strokeWidth=2;strokeColor=#82b366;entryX=1;entryY=0.5;entryPerimeter=1;exitX=0;exitY=0.5;exitPerimeter=1;">
          <mxGeometry relative="1" as="geometry" />
        </mxCell>
        <mxCell id="e7" edge="1" parent="1" source="v5" target="v7" style="edgeStyle=orthogonalEdgeStyle;orthogonalLoop=1;jettySize=auto;jumpStyle=arc;jumpSize=6;endArrow=block;endFill=1;html=1;rounded=0;strokeWidth=2;strokeColor=#6c8ebf;entryX=0;entryY=0.5;entryPerimeter=1;exitX=1;exitY=0.5;exitPerimeter=1;">
          <mxGeometry relative="1" as="geometry" />
        </mxCell>
        <mxCell id="e8" edge="1" parent="1" source="v6" target="v7" style="edgeStyle=orthogonalEdgeStyle;orthogonalLoop=1;jettySize=auto;jumpStyle=arc;jumpSize=6;endArrow=block;endFill=1;html=1;rounded=0;strokeWidth=2;strokeColor=#6c8ebf;entryX=0;entryY=0.5;entryPerimeter=1;exitX=1;exitY=0.5;exitPerimeter=1;">
          <mxGeometry relative="1" as="geometry" />
        </mxCell>
        <mxCell id="e9" edge="1" parent="1" source="v7" target="v8" style="edgeStyle=orthogonalEdgeStyle;orthogonalLoop=1;jettySize=auto;jumpStyle=arc;jumpSize=6;endArrow=block;endFill=1;html=1;rounded=0;strokeWidth=2;strokeColor=#6c8ebf;entryX=1;entryY=0.5;entryPerimeter=1;exitX=0;exitY=0.5;exitPerimeter=1;">
          <mxGeometry relative="1" as="geometry" />
        </mxCell>
        <mxCell id="e10" edge="1" parent="1" source="v8" target="v9" style="edgeStyle=orthogonalEdgeStyle;orthogonalLoop=1;jettySize=auto;jumpStyle=arc;jumpSize=6;endArrow=block;endFill=1;html=1;rounded=0;strokeWidth=2;strokeColor=#6c8ebf;entryX=0;entryY=0.5;entryPerimeter=1;exitX=1;exitY=0.5;exitPerimeter=1;">
          <mxGeometry relative="1" as="geometry" />
        </mxCell>
      </root>
    </mxGraphModel>
  </diagram>
</mxfile>
